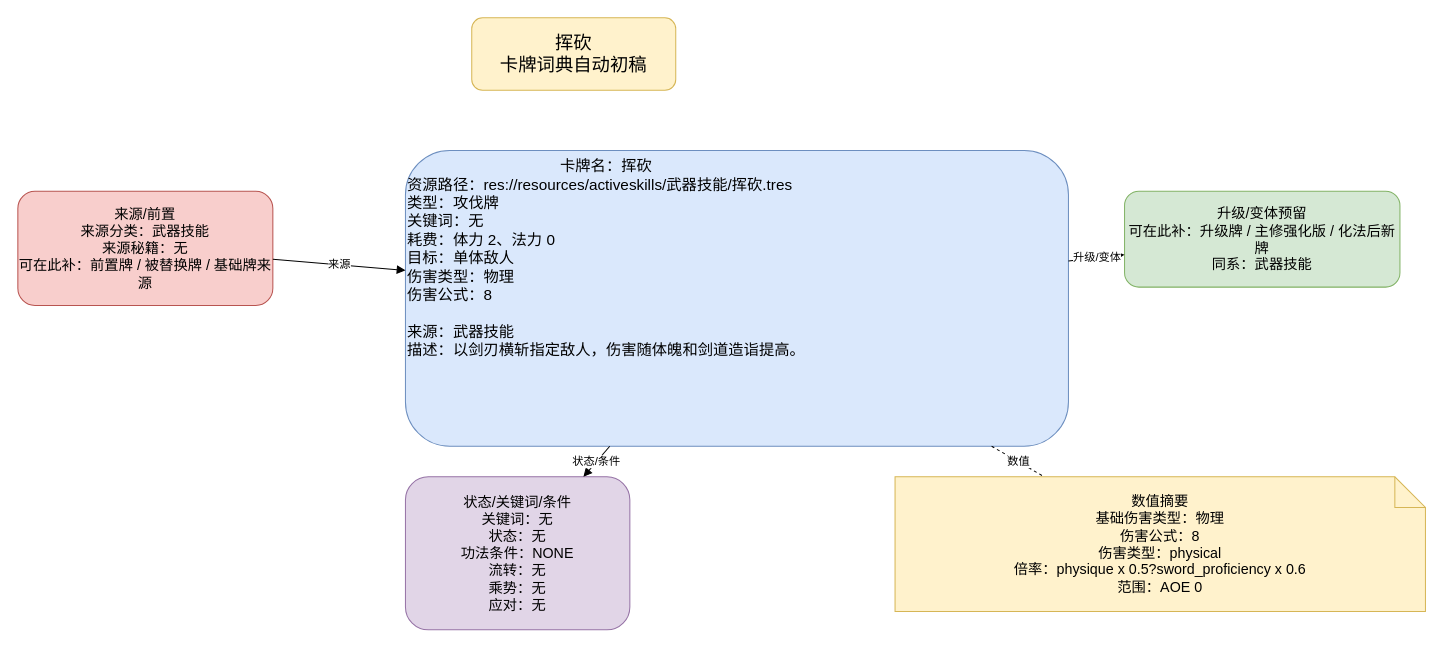
This is docs/卡牌词典/武器技能/挥砍.drawio from ankundanetracyc-spec/tian-guan-you-du, a draw.io file, before an edit. Source tidied: cells renumbered, new cells numbered last; positions are measured from the earlier drawing's top-left corner, leaving out a move shared by most shapes. Both pictures are drawn from the tidied source at 102%, with x=0, y=0 at pixel (17, 17).
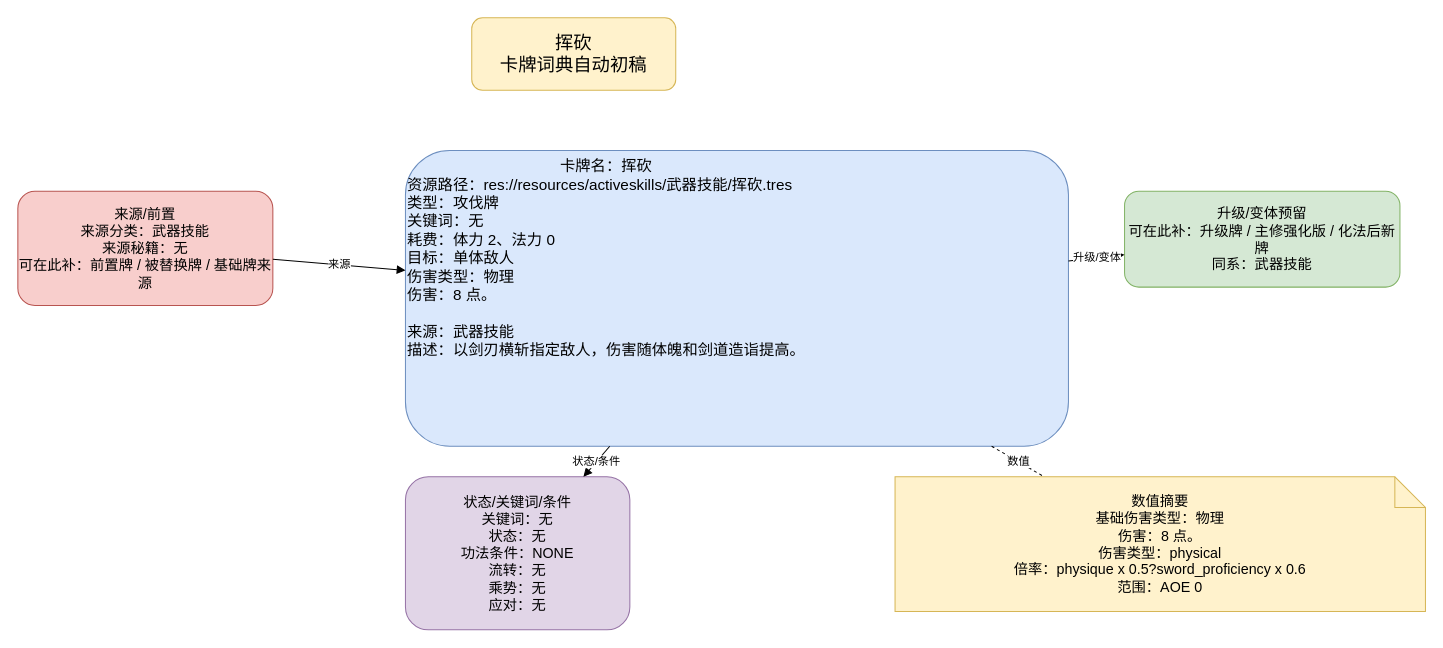
The same diagram, later.

Diff of the diagram source:
```diff
@@
 <mxGraphModel>
   <root>
     <mxCell id="0" />
     <mxCell id="1" parent="0" />
     <mxCell id="2" value="挥砍&#10;卡牌词典自动初稿" style="rounded=1;whiteSpace=wrap;html=1;fillColor=#fff2cc;strokeColor=#d6b656;fontSize=18;" parent="1" vertex="1">
       <mxGeometry x="445" width="200" height="71" as="geometry" />
     </mxCell>
-    <mxCell id="3" value="&lt;div style=&quot;text-align:center;&quot;&gt;卡牌名：挥砍&lt;/div&gt;&lt;div style=&quot;text-align:left;&quot;&gt;资源路径：res://resources/activeskills/武器技能/挥砍.tres&lt;br&gt;类型：攻伐牌&lt;br&gt;关键词：无&lt;br&gt;耗费：体力 2、法力 0&lt;br&gt;目标：单体敌人&lt;br&gt;伤害类型：物理&lt;br&gt;伤害公式：8&lt;/div&gt;&lt;br&gt;来源：武器技能&lt;br&gt;描述：以剑刃横斩指定敌人，伤害随体魄和剑道造诣提高。" style="rounded=1;whiteSpace=wrap;html=1;fillColor=#dae8fc;strokeColor=#6c8ebf;fontSize=15;align=left;verticalAlign=top;" parent="1" vertex="1">
+    <mxCell id="3" value="&lt;div style=&quot;text-align:center;&quot;&gt;卡牌名：挥砍&lt;/div&gt;&lt;div style=&quot;text-align:left;&quot;&gt;资源路径：res://resources/activeskills/武器技能/挥砍.tres&lt;br&gt;类型：攻伐牌&lt;br&gt;关键词：无&lt;br&gt;耗费：体力 2、法力 0&lt;br&gt;目标：单体敌人&lt;br&gt;伤害类型：物理&lt;br&gt;伤害：8 点。&lt;/div&gt;&lt;br&gt;来源：武器技能&lt;br&gt;描述：以剑刃横斩指定敌人，伤害随体魄和剑道造诣提高。" style="rounded=1;whiteSpace=wrap;html=1;fillColor=#dae8fc;strokeColor=#6c8ebf;fontSize=15;align=left;verticalAlign=top;" parent="1" vertex="1">
       <mxGeometry x="380" y="130" width="650" height="290" as="geometry" />
     </mxCell>
     <mxCell id="4" value="来源/前置&#10;来源分类：武器技能&#10;来源秘籍：无&#10;可在此补：前置牌 / 被替换牌 / 基础牌来源" style="rounded=1;whiteSpace=wrap;html=1;fillColor=#f8cecc;strokeColor=#b85450;fontSize=14;" parent="1" vertex="1">
       <mxGeometry y="170" width="250" height="112" as="geometry" />
     </mxCell>
     <mxCell id="5" value="升级/变体预留&#10;可在此补：升级牌 / 主修强化版 / 化法后新牌&#10;同系：武器技能" style="rounded=1;whiteSpace=wrap;html=1;fillColor=#d5e8d4;strokeColor=#82b366;fontSize=14;" parent="1" vertex="1">
       <mxGeometry x="1085" y="170" width="270" height="94" as="geometry" />
     </mxCell>
     <mxCell id="6" value="状态/关键词/条件&#10;关键词：无&#10;状态：无&#10;功法条件：NONE&#10;流转：无&#10;乘势：无&#10;应对：无" style="rounded=1;whiteSpace=wrap;html=1;fillColor=#e1d5e7;strokeColor=#9673a6;fontSize=14;" parent="1" vertex="1">
       <mxGeometry x="380" y="450" width="220" height="150" as="geometry" />
     </mxCell>
-    <mxCell id="7" value="数值摘要&lt;br&gt;基础伤害类型：物理&lt;br&gt;伤害公式：8&lt;br&gt;伤害类型：physical&lt;br&gt;倍率：physique x 0.5?sword_proficiency x 0.6&lt;br&gt;范围：AOE 0" style="shape=note;whiteSpace=wrap;html=1;fillColor=#fff2cc;strokeColor=#d6b656;fontSize=14;" parent="1" vertex="1">
+    <mxCell id="7" value="数值摘要&lt;br&gt;基础伤害类型：物理&lt;br&gt;伤害：8 点。&lt;br&gt;伤害类型：physical&lt;br&gt;倍率：physique x 0.5?sword_proficiency x 0.6&lt;br&gt;范围：AOE 0" style="shape=note;whiteSpace=wrap;html=1;fillColor=#fff2cc;strokeColor=#d6b656;fontSize=14;" parent="1" vertex="1">
       <mxGeometry x="860" y="450" width="520" height="132" as="geometry" />
     </mxCell>
     <mxCell id="8" value="来源" style="endArrow=block;html=1;rounded=0;" parent="1" edge="1" source="4" target="3">
       <mxGeometry relative="1" as="geometry" />
     </mxCell>
     <mxCell id="9" value="升级/变体" style="endArrow=block;html=1;rounded=0;" parent="1" edge="1" source="3" target="5">
       <mxGeometry relative="1" as="geometry" />
     </mxCell>
     <mxCell id="10" value="状态/条件" style="endArrow=block;html=1;rounded=0;" parent="1" edge="1" source="3" target="6">
       <mxGeometry relative="1" as="geometry" />
     </mxCell>
     <mxCell id="11" value="数值" style="endArrow=none;dashed=1;html=1;" parent="1" edge="1" source="3" target="7">
       <mxGeometry relative="1" as="geometry" />
     </mxCell>
   </root>
 </mxGraphModel>
```
